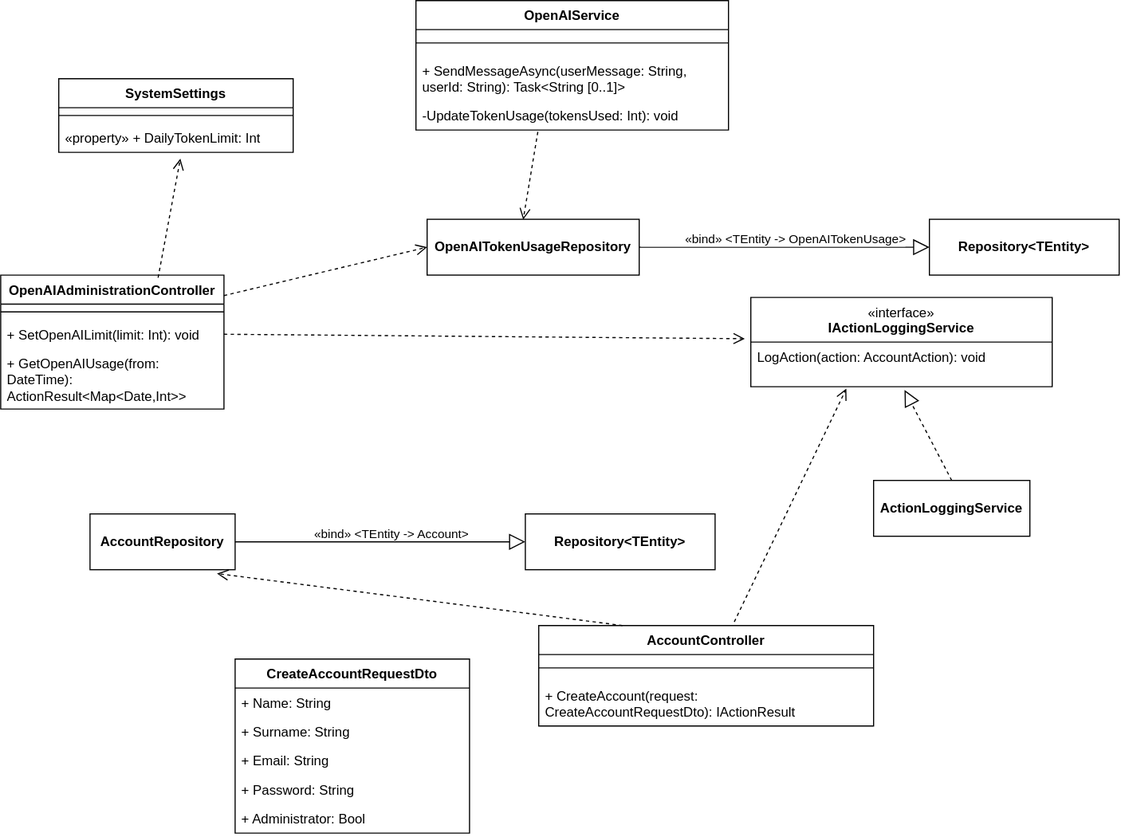
piatrashkakanstantinass/psi2 keeps this draw.io diagram as lab2diags/logical-view/administration.drawio.svg. Above is the earlier version. Source tidied: cells renumbered, new cells last; positions are measured from the earlier drawing's top-left corner, leaving out a move shared by most shapes.
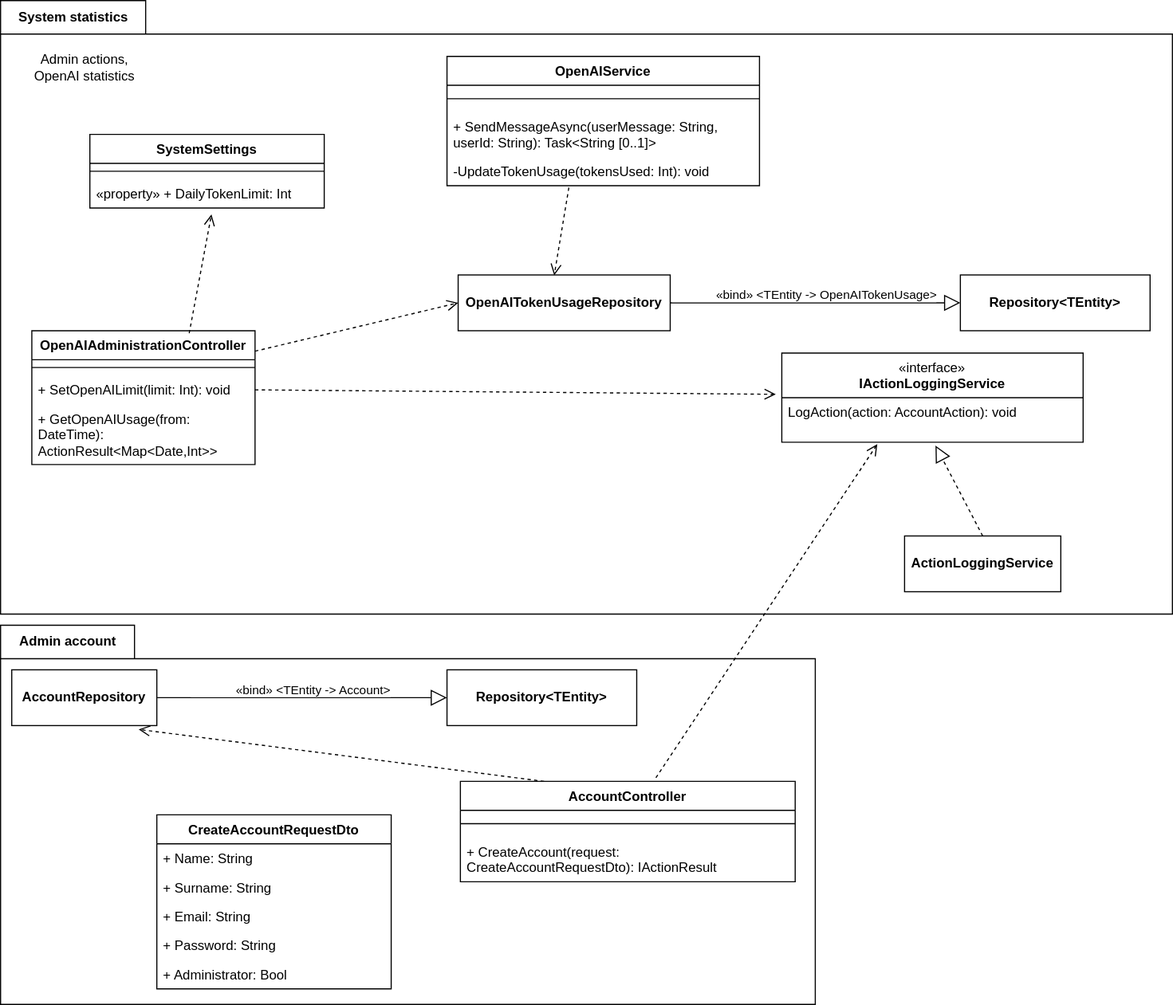
Later version of the same file.

Diff of the diagram source:
```diff
@@ -2,11 +2,27 @@
   <root>
     <mxCell id="0" />
     <mxCell id="1" parent="0" />
+    <mxCell id="40" value="Admin account" style="shape=folder;fontStyle=1;tabWidth=120;tabHeight=30;tabPosition=left;html=1;boundedLbl=1;labelInHeader=1;" parent="1" vertex="1">
+      <mxGeometry x="-28" y="510" width="730" height="340" as="geometry" />
+    </mxCell>
+    <mxCell id="41" style="html=1;strokeColor=none;fillColor=none;" parent="40" vertex="1">
+      <mxGeometry width="730" height="238" relative="1" as="geometry">
+        <mxPoint y="30" as="offset" />
+      </mxGeometry>
+    </mxCell>
+    <mxCell id="42" value="System statistics" style="shape=folder;fontStyle=1;tabWidth=130;tabHeight=30;tabPosition=left;html=1;boundedLbl=1;labelInHeader=1;" parent="1" vertex="1">
+      <mxGeometry x="-28" y="-50" width="1050" height="550" as="geometry" />
+    </mxCell>
+    <mxCell id="43" value="Admin actions, &lt;br&gt;OpenAI statistics" style="html=1;strokeColor=none;fillColor=none;" parent="42" vertex="1">
+      <mxGeometry width="150" height="60" relative="1" as="geometry">
+        <mxPoint y="30" as="offset" />
+      </mxGeometry>
+    </mxCell>
     <mxCell id="2" value="&lt;b&gt;AccountRepository&lt;/b&gt;" style="html=1;whiteSpace=wrap;" parent="1" vertex="1">
-      <mxGeometry x="80" y="460" width="130" height="50" as="geometry" />
+      <mxGeometry x="-18" y="550" width="130" height="50" as="geometry" />
     </mxCell>
     <mxCell id="3" value="&lt;b&gt;Repository&amp;lt;TEntity&amp;gt;&lt;/b&gt;" style="html=1;whiteSpace=wrap;" parent="1" vertex="1">
-      <mxGeometry x="470" y="460" width="170" height="50" as="geometry" />
+      <mxGeometry x="372" y="550" width="170" height="50" as="geometry" />
     </mxCell>
     <mxCell id="4" style="edgeStyle=none;html=1;endSize=12;endArrow=block;endFill=0;rounded=0;exitX=1;exitY=0.5;exitDx=0;exitDy=0;entryX=0;entryY=0.5;entryDx=0;entryDy=0;" parent="1" edge="1" source="2" target="3">
       <mxGeometry relative="1" as="geometry" />
@@ -17,7 +33,7 @@
       </mxGeometry>
     </mxCell>
     <mxCell id="6" value="AccountController" style="swimlane;fontStyle=1;align=center;verticalAlign=top;horizontal=1;startSize=26;whiteSpace=wrap;html=1;" parent="1" vertex="1">
-      <mxGeometry x="482" y="560" width="300" height="90" as="geometry" />
+      <mxGeometry x="384" y="650" width="300" height="90" as="geometry" />
     </mxCell>
     <mxCell id="7" style="line;strokeWidth=1;fillColor=none;align=left;verticalAlign=middle;spacingTop=-1;spacingLeft=3;spacingRight=3;labelPosition=right;strokeColor=inherit;" parent="6" vertex="1">
       <mxGeometry y="26" width="300" height="24" as="geometry" />
@@ -26,7 +42,7 @@
       <mxGeometry y="50" width="300" height="40" as="geometry" />
     </mxCell>
     <mxCell id="9" value="CreateAccountRequestDto" style="swimlane;fontStyle=1;align=center;verticalAlign=top;horizontal=1;startSize=26;whiteSpace=wrap;html=1;" parent="1" vertex="1">
-      <mxGeometry x="210" y="590" width="210" height="156" as="geometry" />
+      <mxGeometry x="112" y="680" width="210" height="156" as="geometry" />
     </mxCell>
     <mxCell id="10" value="+ Name: String" style="text;strokeColor=none;fillColor=none;align=left;verticalAlign=top;spacingLeft=4;spacingRight=4;overflow=hidden;whiteSpace=wrap;html=1;" parent="9" vertex="1">
       <mxGeometry y="26" width="210" height="26" as="geometry" />
```
